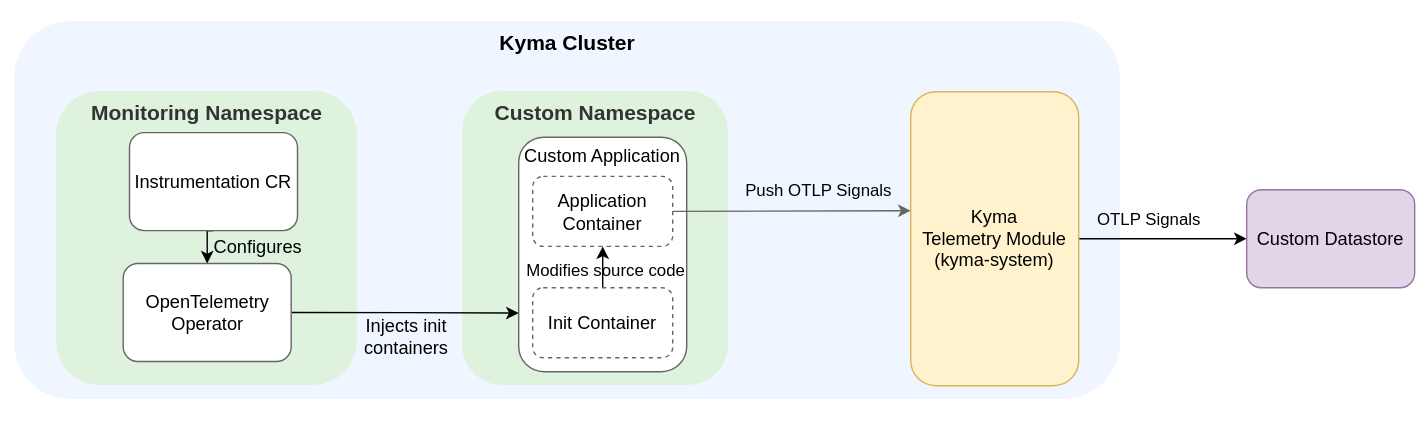
Before: docs/user/integration/assets/otel-operator-auto-instrumentation.drawio.svg, a diagram exported from draw.io (kyma-project/telemetry-manager). Source tidied: cells renumbered, new cells last; positions are measured from the earlier drawing's top-left corner, leaving out a move shared by most shapes.
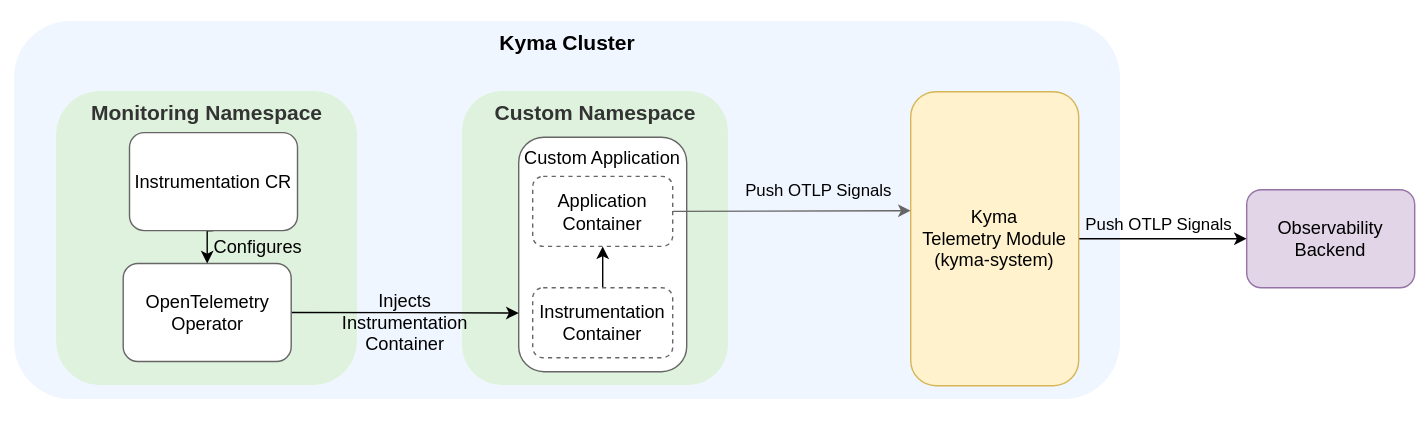
The same diagram one commit later.

Commit message:
docs(otel-operator): make architecture diagram more generic

Change to the diagram source:
```diff
@@ -17,15 +17,15 @@
     <mxCell id="6" value="&lt;font style=&quot;font-size: 13px;&quot;&gt;Kyma &lt;br&gt;Telemetry Module&lt;br style=&quot;border-color: var(--border-color);&quot;&gt;(kyma-system)&lt;/font&gt;" style="rounded=1;whiteSpace=wrap;html=1;fillColor=#fff2cc;strokeColor=#d6b656;" parent="1" vertex="1">
       <mxGeometry x="650" y="65" width="120" height="210" as="geometry" />
     </mxCell>
-    <mxCell id="7" value="&lt;font style=&quot;font-size: 12px;&quot;&gt;OTLP Signals&lt;/font&gt;" style="edgeLabel;html=1;align=center;verticalAlign=middle;fontStyle=0;labelBackgroundColor=none;fontSize=12;fontColor=#000000;" parent="1" vertex="1">
-      <mxGeometry x="860" y="105" as="geometry">
+    <mxCell id="7" value="&lt;font style=&quot;font-size: 12px;&quot;&gt;Push OTLP Signals&lt;/font&gt;" style="edgeLabel;html=1;align=center;verticalAlign=middle;fontStyle=0;labelBackgroundColor=none;fontSize=12;fontColor=#000000;" parent="1" vertex="1">
+      <mxGeometry x="867" y="108" as="geometry">
         <mxPoint x="-41" y="51" as="offset" />
       </mxGeometry>
     </mxCell>
     <mxCell id="8" style="edgeStyle=orthogonalEdgeStyle;rounded=0;orthogonalLoop=1;jettySize=auto;html=1;exitX=0.5;exitY=1;exitDx=0;exitDy=0;" parent="1" edge="1" source="6" target="6">
       <mxGeometry relative="1" as="geometry" />
     </mxCell>
-    <mxCell id="9" value="Custom Datastore" style="rounded=1;whiteSpace=wrap;html=1;fontSize=13;fontStyle=0;strokeColor=#9673a6;fillColor=#e1d5e7;" parent="1" vertex="1">
+    <mxCell id="9" value="Observability Backend" style="rounded=1;whiteSpace=wrap;html=1;fontSize=13;fontStyle=0;strokeColor=#9673a6;fillColor=#e1d5e7;" parent="1" vertex="1">
       <mxGeometry x="890" y="135" width="120" height="70" as="geometry" />
     </mxCell>
     <mxCell id="10" value="Custom Application" style="rounded=1;whiteSpace=wrap;html=1;fontSize=13;fontStyle=0;strokeColor=#666666;fillColor=#FFFFFF;verticalAlign=top;" parent="1" vertex="1">
@@ -41,11 +41,6 @@
         <mxPoint x="-21" y="-17" as="offset" />
       </mxGeometry>
     </mxCell>
-    <mxCell id="13" value="Modifies source code" style="edgeLabel;html=1;align=center;verticalAlign=middle;labelBackgroundColor=none;fontStyle=0;fontSize=12;fontColor=#000000;" parent="11" vertex="1">
-      <mxGeometry x="-0.46" y="2" relative="1" as="geometry">
-        <mxPoint x="-173" y="40" as="offset" />
-      </mxGeometry>
-    </mxCell>
     <mxCell id="14" value="&lt;font style=&quot;&quot;&gt;&lt;font style=&quot;font-size: 15px;&quot;&gt;&lt;b&gt;Monitoring Namespace&lt;/b&gt;&lt;/font&gt;&lt;br&gt;&lt;/font&gt;" style="rounded=1;whiteSpace=wrap;html=1;fillColor=#DEF2DD;fontColor=#333333;strokeColor=none;verticalAlign=top;" parent="1" vertex="1">
       <mxGeometry x="40" y="65" width="215" height="210" as="geometry" />
     </mxCell>
@@ -64,7 +59,7 @@
     <mxCell id="19" style="edgeStyle=orthogonalEdgeStyle;rounded=0;jettySize=auto;html=1;exitX=0.5;exitY=0;exitDx=0;exitDy=0;" parent="1" edge="1" source="20" target="21">
       <mxGeometry relative="1" as="geometry" />
     </mxCell>
-    <mxCell id="20" value="Init Container" style="rounded=1;whiteSpace=wrap;html=1;fontSize=13;fontStyle=0;strokeColor=#666666;fillColor=#FFFFFF;dashed=1;" parent="1" vertex="1">
+    <mxCell id="20" value="Instrumentation&lt;div&gt;Container&lt;/div&gt;" style="rounded=1;whiteSpace=wrap;html=1;fontSize=13;fontStyle=0;strokeColor=#666666;fillColor=#FFFFFF;dashed=1;" parent="1" vertex="1">
       <mxGeometry x="380" y="205" width="100" height="50" as="geometry" />
     </mxCell>
     <mxCell id="21" value="Application Container" style="rounded=1;whiteSpace=wrap;html=1;fontSize=13;fontStyle=0;strokeColor=#666666;fillColor=#FFFFFF;dashed=1;" parent="1" vertex="1">
@@ -73,8 +68,8 @@
     <mxCell id="22" value="Configures" style="text;html=1;whiteSpace=wrap;strokeColor=none;fillColor=none;align=center;verticalAlign=middle;rounded=0;fontSize=13;" parent="1" vertex="1">
       <mxGeometry x="154" y="160.8" width="60" height="30" as="geometry" />
     </mxCell>
-    <mxCell id="23" value="Injects init containers" style="text;html=1;whiteSpace=wrap;strokeColor=none;fillColor=none;align=center;verticalAlign=middle;rounded=0;fontSize=13;" parent="1" vertex="1">
-      <mxGeometry x="240" y="225" width="100" height="30" as="geometry" />
+    <mxCell id="23" value="Injects Instrumentation Container" style="text;html=1;whiteSpace=wrap;strokeColor=none;fillColor=none;align=center;verticalAlign=middle;rounded=0;fontSize=13;" parent="1" vertex="1">
+      <mxGeometry x="239" y="215" width="100" height="30" as="geometry" />
     </mxCell>
   </root>
 </mxGraphModel>
```
